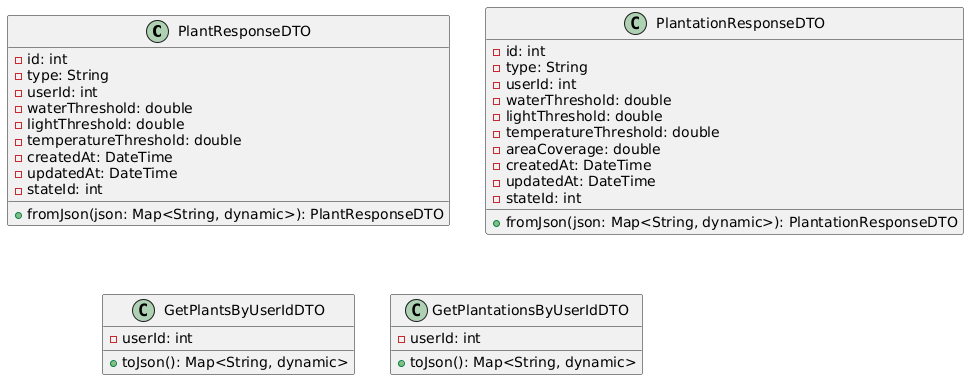
The PlantUML diagram assets/class-diagrams/managementMobile.png in wemade-IoT/Documents_Repository, before a commit.
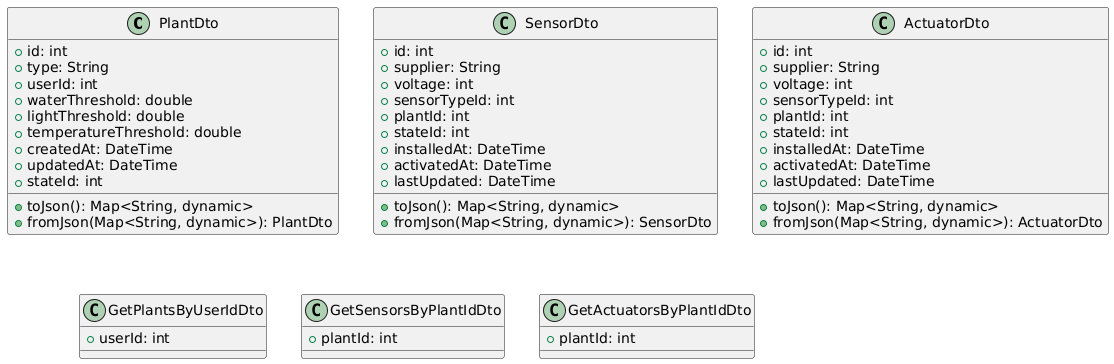
Above is the later version.

Commit message:
docs: changed management architecture description

Change to the diagram source:
```diff
@@ -1,40 +1,58 @@
 @startuml
+class PlantDto {
+  + id: int
+  + type: String
+  + userId: int
+  + waterThreshold: double
+  + lightThreshold: double
+  + temperatureThreshold: double
+  + createdAt: DateTime
+  + updatedAt: DateTime
+  + stateId: int
 
-class PlantResponseDTO {
-  - id: int
-  - type: String
-  - userId: int
-  - waterThreshold: double
-  - lightThreshold: double
-  - temperatureThreshold: double
-  - createdAt: DateTime
-  - updatedAt: DateTime
-  - stateId: int
-  +fromJson(json: Map<String, dynamic>): PlantResponseDTO
+  + toJson(): Map<String, dynamic>
+  + fromJson(Map<String, dynamic>): PlantDto
 }
 
-class PlantationResponseDTO {
-  - id: int
-  - type: String
-  - userId: int
-  - waterThreshold: double
-  - lightThreshold: double
-  - temperatureThreshold: double
-  - areaCoverage: double
-  - createdAt: DateTime
-  - updatedAt: DateTime
-  - stateId: int
-  +fromJson(json: Map<String, dynamic>): PlantationResponseDTO
+class SensorDto {
+  + id: int
+  + supplier: String
+  + voltage: int
+  + sensorTypeId: int
+  + plantId: int
+  + stateId: int
+  + installedAt: DateTime
+  + activatedAt: DateTime
+  + lastUpdated: DateTime
+
+  + toJson(): Map<String, dynamic>
+  + fromJson(Map<String, dynamic>): SensorDto
 }
 
+class ActuatorDto {
+  + id: int
+  + supplier: String
+  + voltage: int
+  + sensorTypeId: int
+  + plantId: int
+  + stateId: int
+  + installedAt: DateTime
+  + activatedAt: DateTime
+  + lastUpdated: DateTime
 
-class GetPlantsByUserIdDTO {
-  - userId: int
-  +toJson(): Map<String, dynamic>
+  + toJson(): Map<String, dynamic>
+  + fromJson(Map<String, dynamic>): ActuatorDto
 }
 
-class GetPlantationsByUserIdDTO {
-  - userId: int
-  +toJson(): Map<String, dynamic>
+class GetPlantsByUserIdDto {
+  + userId: int
+}
+
+class GetSensorsByPlantIdDto {
+  + plantId: int
+}
+
+class GetActuatorsByPlantIdDto {
+  + plantId: int
 }
 @enduml
```
